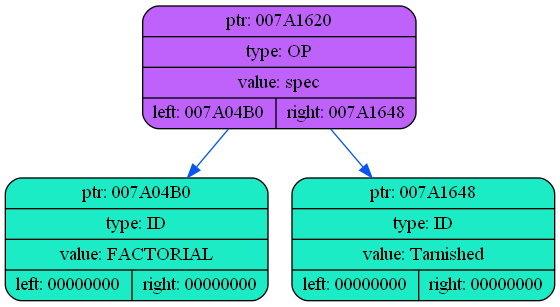
coffee8cat/Elden-language keeps this Graphviz diagram as dump/dump1.png. Above is the earlier version. Its source is kept beside it as dump/dump1.dot.
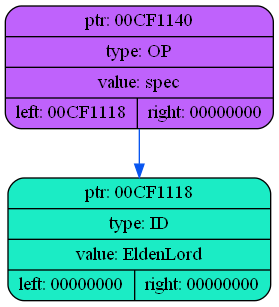
After the commit.

Diff of the diagram source:
```diff
@@ -2,9 +2,7 @@
 {
     rankdir=TP
 
-        node007A1620[shape=record,style="rounded,filled",fillcolor="#BF62FC",label="{ ptr: 007A1620 | type: OP | value: spec| { left: 007A04B0 | right: 007A1648 }}"];
-    node007A1620 -> node007A04B0[color="#0855F0"]
-    node007A04B0[shape=record,style="rounded,filled",fillcolor="#1BECC5",label="{ ptr: 007A04B0 | type: ID | value: FACTORIAL| { left: 00000000 | right: 00000000 }}"];
-    node007A1620 -> node007A1648[color="#0855F0"]
-    node007A1648[shape=record,style="rounded,filled",fillcolor="#1BECC5",label="{ ptr: 007A1648 | type: ID | value: Tarnished| { left: 00000000 | right: 00000000 }}"];
+        node00CF1140[shape=record,style="rounded,filled",fillcolor="#BF62FC",label="{ ptr: 00CF1140 | type: OP | value: spec| { left: 00CF1118 | right: 00000000 }}"];
+    node00CF1140 -> node00CF1118[color="#0855F0"]
+    node00CF1118[shape=record,style="rounded,filled",fillcolor="#1BECC5",label="{ ptr: 00CF1118 | type: ID | value: EldenLord| { left: 00000000 | right: 00000000 }}"];
 }
```
